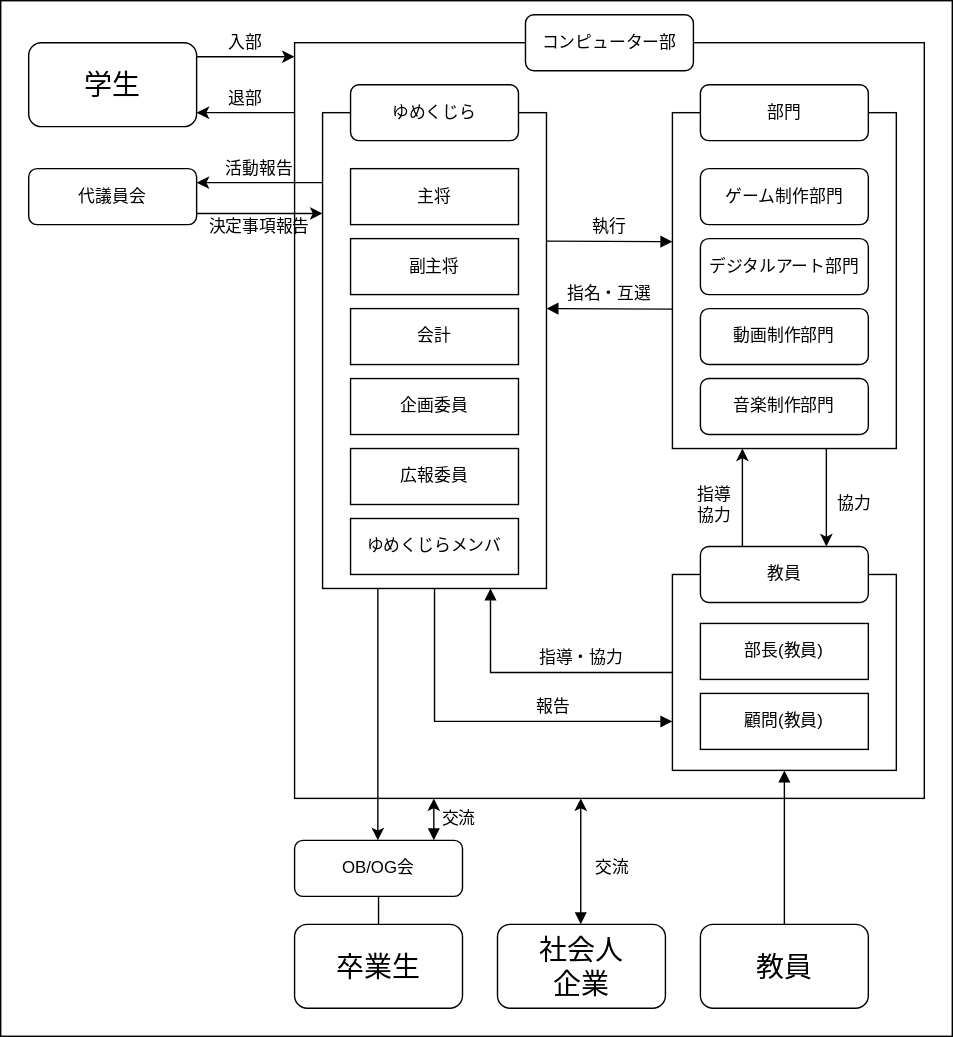
Earlier version of the draw.io export content/about/organization.drawio.svg (NIT-Wakayama-College/ComputerClubWebsite). Source tidied: cells renumbered, new cells last; positions are measured from the earlier drawing's top-left corner, leaving out a move shared by most shapes.
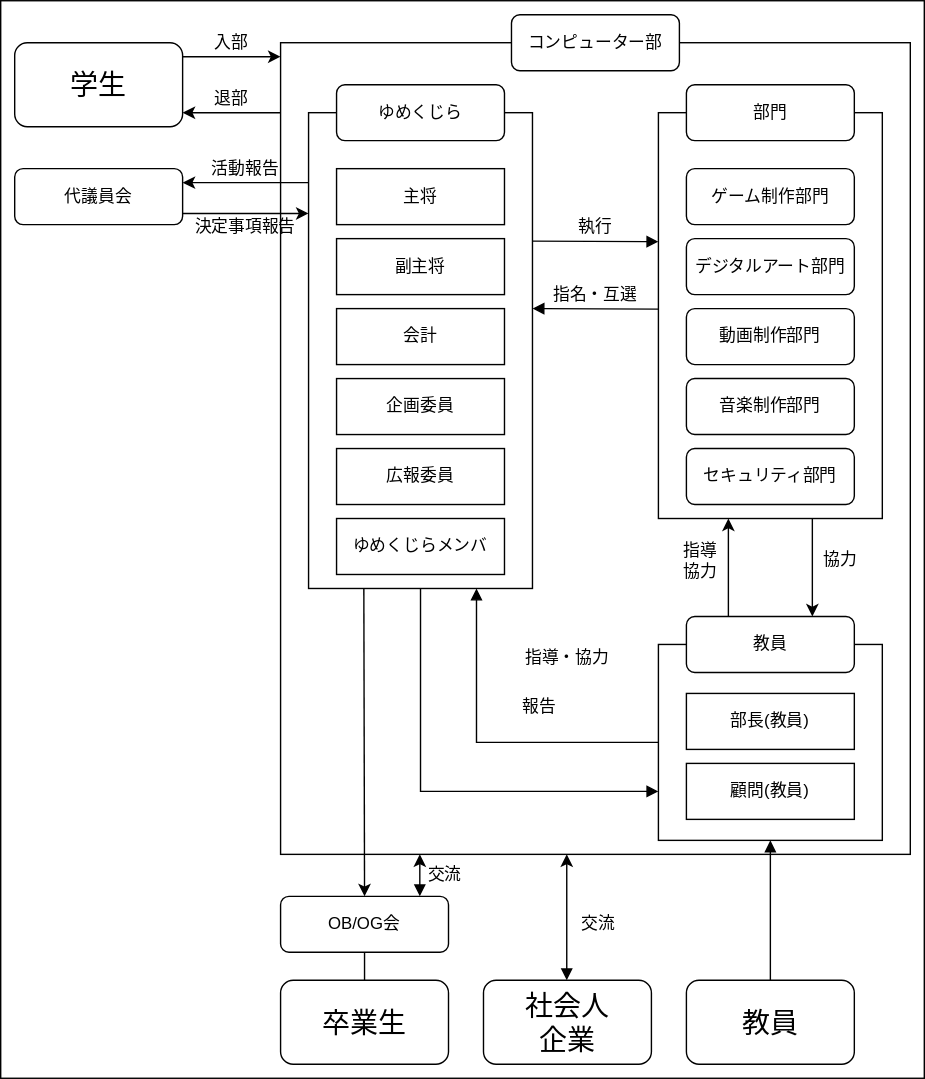
Later version of the same file.

Commit message:
add figure of Security

Diff of the diagram source:
```diff
@@ -3,10 +3,10 @@
     <mxCell id="0" />
     <mxCell id="1" parent="0" />
     <mxCell id="2" style="rounded=0;whiteSpace=wrap;html=1;fillColor=default;" parent="1" vertex="1">
-      <mxGeometry width="680" height="740" as="geometry" />
+      <mxGeometry x="10" width="660" height="770" as="geometry" />
     </mxCell>
     <mxCell id="3" style="rounded=0;whiteSpace=wrap;html=1;" parent="1" vertex="1">
-      <mxGeometry x="210" y="30" width="450" height="540" as="geometry" />
+      <mxGeometry x="210" y="30" width="450" height="580" as="geometry" />
     </mxCell>
     <mxCell id="4" value="コンピューター部" style="rounded=1;whiteSpace=wrap;html=1;" parent="1" vertex="1">
       <mxGeometry x="375" y="10" width="120" height="40" as="geometry" />
@@ -15,7 +15,7 @@
       <mxGeometry relative="1" as="geometry" />
     </mxCell>
     <mxCell id="6" value="OB/OG会" style="rounded=1;whiteSpace=wrap;html=1;" parent="1" vertex="1">
-      <mxGeometry x="210" y="600" width="120" height="40" as="geometry" />
+      <mxGeometry x="210" y="640" width="120" height="40" as="geometry" />
     </mxCell>
     <mxCell id="7" value="学生" style="rounded=1;whiteSpace=wrap;html=1;fontSize=20;" parent="1" vertex="1">
       <mxGeometry x="20" y="30" width="120" height="60" as="geometry" />
@@ -24,7 +24,7 @@
       <mxGeometry relative="1" as="geometry" />
     </mxCell>
     <mxCell id="9" value="教員" style="rounded=1;whiteSpace=wrap;html=1;fontSize=20;" parent="1" vertex="1">
-      <mxGeometry x="500" y="660" width="120" height="60" as="geometry" />
+      <mxGeometry x="500" y="700" width="120" height="60" as="geometry" />
     </mxCell>
     <mxCell id="10" style="group;" parent="1" vertex="1">
       <mxGeometry x="230" y="60" width="160" height="360" as="geometry" />
@@ -53,29 +53,8 @@
     <mxCell id="18" value="ゆめくじらメンバ" style="rounded=0;whiteSpace=wrap;html=1;" parent="10" vertex="1">
       <mxGeometry x="20" y="310" width="120" height="40" as="geometry" />
     </mxCell>
-    <mxCell id="19" style="group;" parent="1" vertex="1">
-      <mxGeometry x="480" y="60" width="160" height="260" as="geometry" />
-    </mxCell>
-    <mxCell id="20" style="rounded=0;whiteSpace=wrap;html=1;" parent="19" vertex="1">
-      <mxGeometry y="20" width="160" height="240" as="geometry" />
-    </mxCell>
-    <mxCell id="21" value="ゲーム制作部門" style="rounded=1;whiteSpace=wrap;html=1;" parent="19" vertex="1">
-      <mxGeometry x="20" y="60" width="120" height="40" as="geometry" />
-    </mxCell>
-    <mxCell id="22" value="デジタルアート部門" style="rounded=1;whiteSpace=wrap;html=1;" parent="19" vertex="1">
-      <mxGeometry x="20" y="110" width="120" height="40" as="geometry" />
-    </mxCell>
-    <mxCell id="23" value="動画制作部門" style="rounded=1;whiteSpace=wrap;html=1;" parent="19" vertex="1">
-      <mxGeometry x="20" y="160" width="120" height="40" as="geometry" />
-    </mxCell>
-    <mxCell id="24" value="音楽制作部門" style="rounded=1;whiteSpace=wrap;html=1;" parent="19" vertex="1">
-      <mxGeometry x="20" y="210" width="120" height="40" as="geometry" />
-    </mxCell>
-    <mxCell id="25" value="部門" style="rounded=1;whiteSpace=wrap;html=1;" parent="19" vertex="1">
-      <mxGeometry x="20" width="120" height="40" as="geometry" />
-    </mxCell>
     <mxCell id="26" style="group;" parent="1" vertex="1">
-      <mxGeometry x="480" y="390" width="160" height="160" as="geometry" />
+      <mxGeometry x="480" y="440" width="160" height="160" as="geometry" />
     </mxCell>
     <mxCell id="27" style="rounded=0;whiteSpace=wrap;html=1;" parent="26" vertex="1">
       <mxGeometry y="20" width="160" height="140" as="geometry" />
@@ -109,28 +88,28 @@
     </mxCell>
     <mxCell id="35" style="endArrow=classic;html=1;rounded=0;jumpStyle=none;jumpSize=2;" parent="1" edge="1">
       <mxGeometry relative="1" as="geometry">
-        <mxPoint x="530" y="390" as="sourcePoint" />
-        <mxPoint x="530" y="320" as="targetPoint" />
+        <mxPoint x="530" y="440" as="sourcePoint" />
+        <mxPoint x="530" y="370" as="targetPoint" />
       </mxGeometry>
     </mxCell>
     <mxCell id="36" style="endArrow=classic;html=1;rounded=0;jumpStyle=none;jumpSize=2;" parent="1" edge="1">
       <mxGeometry relative="1" as="geometry">
-        <mxPoint x="590" y="320" as="sourcePoint" />
-        <mxPoint x="590" y="390" as="targetPoint" />
+        <mxPoint x="590" y="370" as="sourcePoint" />
+        <mxPoint x="590" y="440" as="targetPoint" />
       </mxGeometry>
     </mxCell>
     <mxCell id="37" style="edgeStyle=none;rounded=0;jumpStyle=none;jumpSize=2;html=1;exitX=0;exitY=0.5;exitDx=0;exitDy=0;endArrow=block;endFill=1;" parent="1" edge="1" source="27">
       <mxGeometry relative="1" as="geometry">
         <mxPoint x="350" y="420" as="targetPoint" />
         <Array as="points">
-          <mxPoint x="350" y="480" />
+          <mxPoint x="350" y="530" />
         </Array>
       </mxGeometry>
     </mxCell>
     <mxCell id="38" style="edgeStyle=none;rounded=0;jumpStyle=none;jumpSize=2;html=1;exitX=0.5;exitY=1;exitDx=0;exitDy=0;entryX=0;entryY=0.75;entryDx=0;entryDy=0;endArrow=block;endFill=1;" parent="1" edge="1" source="11" target="27">
       <mxGeometry relative="1" as="geometry">
         <Array as="points">
-          <mxPoint x="310" y="515" />
+          <mxPoint x="310" y="565" />
         </Array>
       </mxGeometry>
     </mxCell>
@@ -141,10 +120,10 @@
       <mxGeometry x="390" y="200" width="90" height="20" as="geometry" />
     </mxCell>
     <mxCell id="41" value="指導&lt;br&gt;協力" style="text;html=1;strokeColor=none;fillColor=none;align=center;verticalAlign=middle;whiteSpace=wrap;rounded=0;" parent="1" vertex="1">
-      <mxGeometry x="490" y="350" width="40" height="20" as="geometry" />
+      <mxGeometry x="490" y="390" width="40" height="20" as="geometry" />
     </mxCell>
     <mxCell id="42" value="協力" style="text;html=1;strokeColor=none;fillColor=none;align=center;verticalAlign=middle;whiteSpace=wrap;rounded=0;" parent="1" vertex="1">
-      <mxGeometry x="590" y="350" width="40" height="20" as="geometry" />
+      <mxGeometry x="590" y="390" width="40" height="20" as="geometry" />
     </mxCell>
     <mxCell id="43" value="代議員会" style="rounded=1;whiteSpace=wrap;html=1;" parent="1" vertex="1">
       <mxGeometry x="20" y="120" width="120" height="40" as="geometry" />
@@ -186,34 +165,54 @@
       <mxGeometry x="140" y="152" width="90" height="20" as="geometry" />
     </mxCell>
     <mxCell id="52" value="社会人&lt;br&gt;企業" style="rounded=1;whiteSpace=wrap;html=1;fontSize=20;" parent="1" vertex="1">
-      <mxGeometry x="355" y="660" width="120" height="60" as="geometry" />
+      <mxGeometry x="355" y="700" width="120" height="60" as="geometry" />
     </mxCell>
     <mxCell id="53" value="卒業生" style="rounded=1;whiteSpace=wrap;html=1;fontSize=20;" parent="1" vertex="1">
-      <mxGeometry x="210" y="660" width="120" height="60" as="geometry" />
+      <mxGeometry x="210" y="700" width="120" height="60" as="geometry" />
     </mxCell>
-    <mxCell id="54" style="endArrow=classic;html=1;rounded=0;fontSize=20;jumpStyle=none;jumpSize=2;" parent="1" edge="1">
+    <mxCell id="54" style="endArrow=classic;html=1;rounded=0;fontSize=20;jumpStyle=none;jumpSize=2;entryX=0.5;entryY=0;entryDx=0;entryDy=0;" parent="1" edge="1" target="6">
       <mxGeometry relative="1" as="geometry">
         <mxPoint x="269.5" y="420" as="sourcePoint" />
-        <mxPoint x="269.5" y="600" as="targetPoint" />
       </mxGeometry>
     </mxCell>
     <mxCell id="55" style="endArrow=classic;html=1;rounded=0;fontSize=20;jumpStyle=none;jumpSize=2;startArrow=block;startFill=1;" parent="1" edge="1">
       <mxGeometry relative="1" as="geometry">
-        <mxPoint x="414.5" y="660" as="sourcePoint" />
-        <mxPoint x="414.5" y="570" as="targetPoint" />
+        <mxPoint x="414.5" y="700" as="sourcePoint" />
+        <mxPoint x="414.5" y="610" as="targetPoint" />
       </mxGeometry>
     </mxCell>
     <mxCell id="56" style="endArrow=classic;html=1;rounded=0;fontSize=20;jumpStyle=none;jumpSize=2;startArrow=block;startFill=1;" parent="1" edge="1">
       <mxGeometry relative="1" as="geometry">
-        <mxPoint x="309.5" y="600" as="sourcePoint" />
-        <mxPoint x="309.5" y="570" as="targetPoint" />
+        <mxPoint x="309.5" y="640" as="sourcePoint" />
+        <mxPoint x="309.5" y="610" as="targetPoint" />
       </mxGeometry>
     </mxCell>
     <mxCell id="57" value="交流" style="text;html=1;strokeColor=none;fillColor=none;align=center;verticalAlign=middle;whiteSpace=wrap;rounded=0;" parent="1" vertex="1">
-      <mxGeometry x="305" y="570" width="45" height="30" as="geometry" />
+      <mxGeometry x="305" y="610" width="45" height="30" as="geometry" />
     </mxCell>
     <mxCell id="58" value="交流" style="text;html=1;strokeColor=none;fillColor=none;align=center;verticalAlign=middle;whiteSpace=wrap;rounded=0;" parent="1" vertex="1">
-      <mxGeometry x="415" y="610" width="45" height="20" as="geometry" />
+      <mxGeometry x="415" y="650" width="45" height="20" as="geometry" />
     </mxCell>
+    <mxCell id="20" style="rounded=0;whiteSpace=wrap;html=1;" parent="1" vertex="1">
+      <mxGeometry x="480" y="80" width="160" height="290" as="geometry" />
+    </mxCell>
+    <mxCell id="21" value="ゲーム制作部門" style="rounded=1;whiteSpace=wrap;html=1;" parent="1" vertex="1">
+      <mxGeometry x="500" y="120" width="120" height="40" as="geometry" />
+    </mxCell>
+    <mxCell id="22" value="デジタルアート部門" style="rounded=1;whiteSpace=wrap;html=1;" parent="1" vertex="1">
+      <mxGeometry x="500" y="170" width="120" height="40" as="geometry" />
+    </mxCell>
+    <mxCell id="23" value="動画制作部門" style="rounded=1;whiteSpace=wrap;html=1;" parent="1" vertex="1">
+      <mxGeometry x="500" y="220" width="120" height="40" as="geometry" />
+    </mxCell>
+    <mxCell id="24" value="音楽制作部門" style="rounded=1;whiteSpace=wrap;html=1;" parent="1" vertex="1">
+      <mxGeometry x="500" y="270" width="120" height="40" as="geometry" />
+    </mxCell>
+    <mxCell id="25" value="部門" style="rounded=1;whiteSpace=wrap;html=1;" parent="1" vertex="1">
+      <mxGeometry x="500" y="60" width="120" height="40" as="geometry" />
+    </mxCell>
+    <mxCell id="59" value="セキュリティ部門" style="rounded=1;whiteSpace=wrap;html=1;" parent="1" vertex="1">
+      <mxGeometry x="500" y="320" width="120" height="40" as="geometry" />
+    </mxCell>
   </root>
 </mxGraphModel>
```
